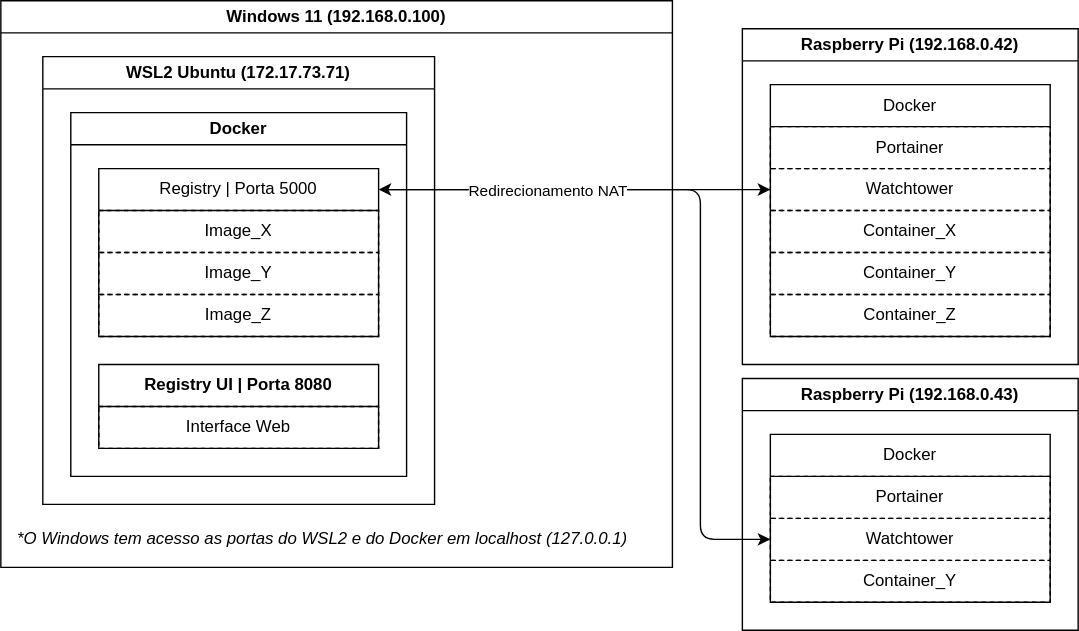
This is readme/arquitetura.drawio.svg from alexandremendoncaalvaro/local-registry, a draw.io export, as it was before one commit. Source tidied: cells renumbered, new cells last; positions are measured from the earlier drawing's top-left corner, leaving out a move shared by most shapes.
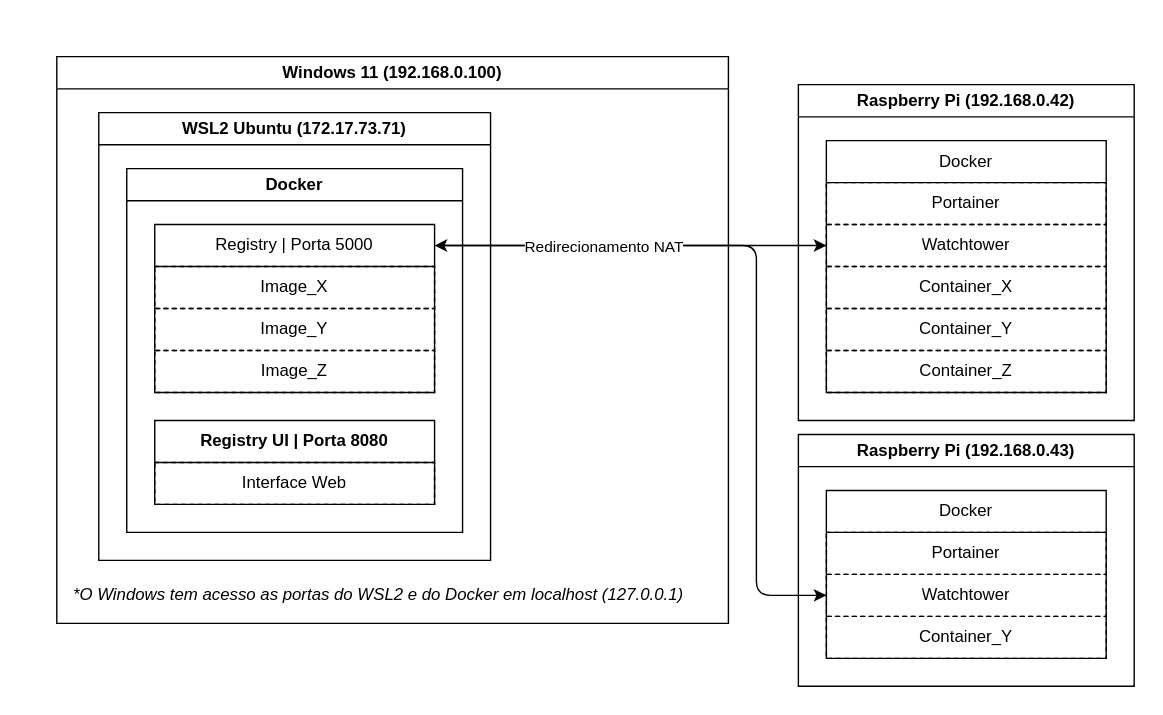
The same diagram one commit later.

Commit message:
Fundo branco no desenho de arquitetura

The edit, as a diff of the source:
```diff
@@ -2,6 +2,9 @@
   <root>
     <mxCell id="0" />
     <mxCell id="1" parent="0" />
+    <mxCell id="27" style="rounded=0;whiteSpace=wrap;html=1;strokeColor=none;fillStyle=solid;fillColor=#FFFFFF;" parent="1" vertex="1">
+      <mxGeometry x="-40" y="-40" width="830" height="510" as="geometry" />
+    </mxCell>
     <mxCell id="2" value="Windows 11 (192.168.0.100)" style="swimlane;whiteSpace=wrap;html=1;fillColor=default;" parent="1" vertex="1">
       <mxGeometry width="480" height="405" as="geometry" />
     </mxCell>
```
